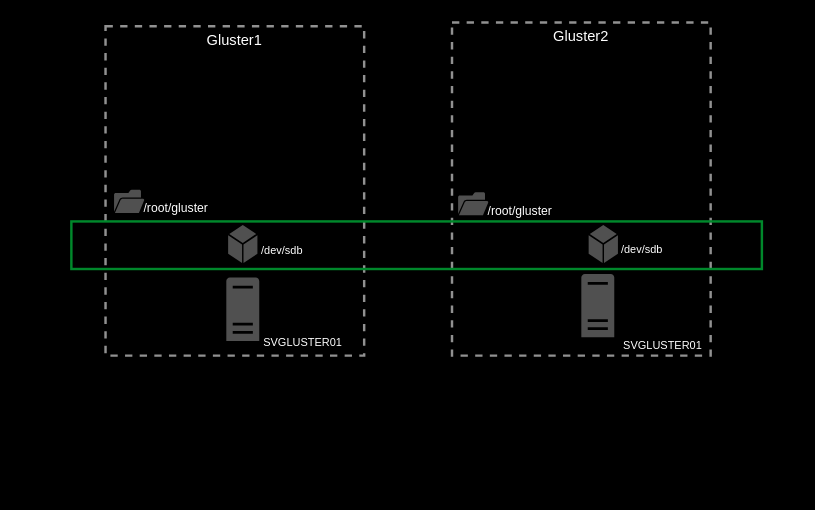
Earlier version of the draw.io diagram GlusterFS/glusterFS.drawio (Josemyr1993/glusterFS). Source tidied: cells renumbered, new cells numbered last; positions are measured from the earlier drawing's top-left corner, leaving out a move shared by most shapes. Both pictures are drawn from the tidied source at 122%, with x=0, y=0 at pixel (71, 22).
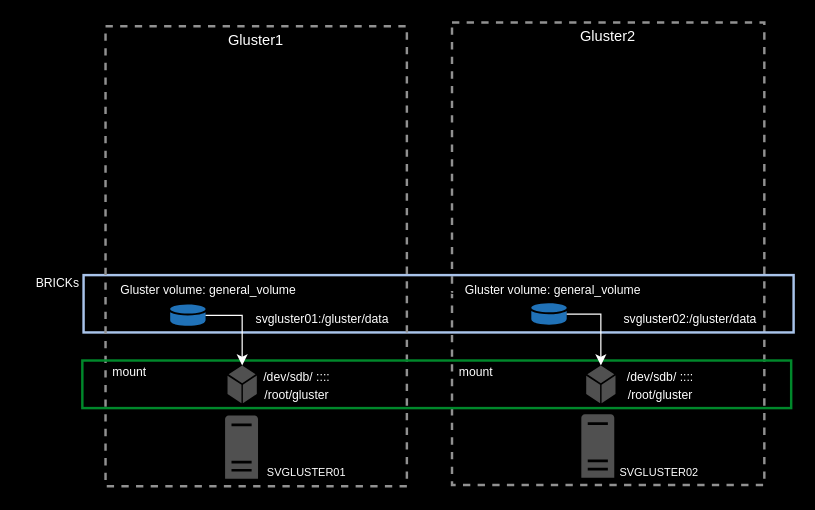
After the change.

Change to the diagram source:
```diff
@@
     <mxCell id="2" value="&lt;font color=&quot;#ffffff&quot;&gt;Gluster2&lt;/font&gt;" style="fontStyle=0;verticalAlign=top;align=center;spacingTop=-2;fillColor=none;rounded=0;whiteSpace=wrap;html=1;strokeColor=#919191;strokeWidth=2;dashed=1;" parent="1" vertex="1">
-      <mxGeometry x="312" width="212" height="273" as="geometry" />
+      <mxGeometry x="312" width="256" height="379" as="geometry" />
     </mxCell>
     <mxCell id="3" style="sketch=0;shadow=0;dashed=0;html=1;strokeColor=none;fillColor=#505050;labelPosition=center;verticalLabelPosition=bottom;verticalAlign=top;align=center;shape=mxgraph.office.servers.server_generic;" parent="2" vertex="1">
-      <mxGeometry x="106" y="206" width="27" height="52" as="geometry" />
+      <mxGeometry x="106" y="321" width="27" height="52" as="geometry" />
     </mxCell>
-    <mxCell id="4" value="&lt;font color=&quot;#ffffff&quot;&gt;&lt;font style=&quot;font-size: 9px;&quot;&gt;SVGLUSTER01&lt;/font&gt;&lt;br&gt;&lt;/font&gt;" style="text;html=1;strokeColor=none;fillColor=none;align=center;verticalAlign=middle;whiteSpace=wrap;rounded=0;" parent="2" vertex="1">
-      <mxGeometry x="143" y="249" width="60" height="30" as="geometry" />
+    <mxCell id="4" value="&lt;font color=&quot;#ffffff&quot;&gt;&lt;font style=&quot;font-size: 9px;&quot;&gt;SVGLUSTER02&lt;/font&gt;&lt;br&gt;&lt;/font&gt;" style="text;html=1;strokeColor=none;fillColor=none;align=center;verticalAlign=middle;whiteSpace=wrap;rounded=0;" parent="2" vertex="1">
+      <mxGeometry x="140" y="353" width="60" height="30" as="geometry" />
     </mxCell>
-    <mxCell id="5" value="&lt;font color=&quot;#ffffff&quot;&gt;&lt;font style=&quot;font-size: 9px;&quot;&gt;/dev/sdb&lt;/font&gt;&lt;br&gt;&lt;/font&gt;" style="text;html=1;strokeColor=none;fillColor=none;align=center;verticalAlign=middle;whiteSpace=wrap;rounded=0;" parent="2" vertex="1">
-      <mxGeometry x="126" y="170" width="60" height="30" as="geometry" />
-    </mxCell>
+    <mxCell id="17" value="Instance Group" style="fontStyle=0;verticalAlign=top;align=center;spacingTop=-2;fillColor=none;rounded=0;whiteSpace=wrap;html=1;strokeColor=#A9C4EB;strokeWidth=2;" parent="2" vertex="1">
+      <mxGeometry x="-302" y="207" width="582" height="47" as="geometry" />
+    </mxCell>
+    <mxCell id="18" value="&lt;font color=&quot;#ffffff&quot;&gt;&lt;font size=&quot;1&quot;&gt;Gluster volume: general_volume&lt;/font&gt;&lt;br&gt;&lt;/font&gt;" style="text;html=1;strokeColor=none;fillColor=none;align=center;verticalAlign=middle;whiteSpace=wrap;rounded=0;" parent="17" vertex="1">
+      <mxGeometry x="305" y="-3" width="160" height="30" as="geometry" />
+    </mxCell>
+    <mxCell id="19" value="&lt;font color=&quot;#ffffff&quot;&gt;&lt;font size=&quot;1&quot;&gt;svgluster02:/gluster/data&lt;/font&gt;&lt;br&gt;&lt;/font&gt;" style="text;html=1;strokeColor=none;fillColor=none;align=center;verticalAlign=middle;whiteSpace=wrap;rounded=0;" parent="17" vertex="1">
+      <mxGeometry x="421" y="21" width="153" height="30" as="geometry" />
+    </mxCell>
+    <mxCell id="20" style="sketch=0;shadow=0;dashed=0;html=1;strokeColor=none;labelPosition=center;verticalLabelPosition=bottom;verticalAlign=top;outlineConnect=0;align=center;shape=mxgraph.office.databases.database_mini_1;fillColor=#2072B8;" parent="17" vertex="1">
+      <mxGeometry x="367" y="23" width="29" height="18" as="geometry" />
+    </mxCell>
     <mxCell id="6" value="&lt;font color=&quot;#ffffff&quot;&gt;Gluster1&lt;/font&gt;" style="fontStyle=0;verticalAlign=top;align=center;spacingTop=-2;fillColor=none;rounded=0;whiteSpace=wrap;html=1;strokeColor=#919191;strokeWidth=2;dashed=1;" parent="1" vertex="1">
-      <mxGeometry x="28" y="3" width="212" height="270" as="geometry" />
+      <mxGeometry x="28" y="3" width="247" height="377" as="geometry" />
     </mxCell>
-    <mxCell id="7" value="&lt;font color=&quot;#ffffff&quot;&gt;&lt;font style=&quot;font-size: 9px;&quot;&gt;/dev/sdb&lt;/font&gt;&lt;br&gt;&lt;/font&gt;" style="text;html=1;strokeColor=none;fillColor=none;align=center;verticalAlign=middle;whiteSpace=wrap;rounded=0;" parent="6" vertex="1">
-      <mxGeometry x="115" y="168" width="60" height="30" as="geometry" />
-    </mxCell>
     <mxCell id="8" value="&lt;font color=&quot;#ffffff&quot;&gt;&lt;font style=&quot;font-size: 9px;&quot;&gt;SVGLUSTER01&lt;/font&gt;&lt;br&gt;&lt;/font&gt;" style="text;html=1;strokeColor=none;fillColor=none;align=center;verticalAlign=middle;whiteSpace=wrap;rounded=0;" parent="6" vertex="1">
-      <mxGeometry x="132" y="244" width="60" height="30" as="geometry" />
+      <mxGeometry x="135" y="350" width="60" height="30" as="geometry" />
     </mxCell>
-    <mxCell id="9" value="&lt;font color=&quot;#ffffff&quot;&gt;&lt;font size=&quot;1&quot;&gt;/root/gluster&lt;/font&gt;&lt;br&gt;&lt;/font&gt;" style="text;html=1;strokeColor=none;fillColor=none;align=center;verticalAlign=middle;whiteSpace=wrap;rounded=0;" parent="6" vertex="1">
-      <mxGeometry x="28" y="134" width="60" height="30" as="geometry" />
-    </mxCell>
-    <mxCell id="10" style="sketch=0;shadow=0;dashed=0;html=1;strokeColor=none;fillColor=#505050;labelPosition=center;verticalLabelPosition=bottom;verticalAlign=top;align=center;shape=mxgraph.office.concepts.folder_open;" parent="6" vertex="1">
-      <mxGeometry x="7" y="134" width="25" height="19" as="geometry" />
-    </mxCell>
-    <mxCell id="11" style="fontStyle=0;verticalAlign=top;align=center;spacingTop=-2;fillColor=none;rounded=0;whiteSpace=wrap;html=1;strokeColor=#00882B;strokeWidth=2;" parent="1" vertex="1">
-      <mxGeometry y="163" width="566" height="39" as="geometry" />
-    </mxCell>
-    <mxCell id="12" style="sketch=0;shadow=0;dashed=0;html=1;strokeColor=none;fillColor=#505050;labelPosition=center;verticalLabelPosition=bottom;verticalAlign=top;align=center;shape=mxgraph.office.concepts.node_generic;" parent="11" vertex="1">
-      <mxGeometry x="128.5" y="3" width="24" height="31" as="geometry" />
-    </mxCell>
-    <mxCell id="13" style="sketch=0;shadow=0;dashed=0;html=1;strokeColor=none;fillColor=#505050;labelPosition=center;verticalLabelPosition=bottom;verticalAlign=top;align=center;shape=mxgraph.office.servers.server_generic;" parent="11" vertex="1">
-      <mxGeometry x="127" y="46" width="27" height="52" as="geometry" />
+    <mxCell id="13" style="sketch=0;shadow=0;dashed=0;html=1;strokeColor=none;fillColor=#505050;labelPosition=center;verticalLabelPosition=bottom;verticalAlign=top;align=center;shape=mxgraph.office.servers.server_generic;" parent="6" vertex="1">
+      <mxGeometry x="98" y="319" width="27" height="52" as="geometry" />
     </mxCell>
-    <mxCell id="14" style="sketch=0;shadow=0;dashed=0;html=1;strokeColor=none;fillColor=#505050;labelPosition=center;verticalLabelPosition=bottom;verticalAlign=top;align=center;shape=mxgraph.office.concepts.node_generic;" parent="11" vertex="1">
-      <mxGeometry x="424" y="3" width="24" height="31" as="geometry" />
-    </mxCell>
-    <mxCell id="15" value="&lt;font color=&quot;#ffffff&quot;&gt;&lt;font size=&quot;1&quot;&gt;/root/gluster&lt;/font&gt;&lt;br&gt;&lt;/font&gt;" style="text;html=1;strokeColor=none;fillColor=none;align=center;verticalAlign=middle;whiteSpace=wrap;rounded=0;" parent="11" vertex="1">
-      <mxGeometry x="338" y="-24" width="60" height="30" as="geometry" />
-    </mxCell>
-    <mxCell id="16" style="sketch=0;shadow=0;dashed=0;html=1;strokeColor=none;fillColor=#505050;labelPosition=center;verticalLabelPosition=bottom;verticalAlign=top;align=center;shape=mxgraph.office.concepts.folder_open;" parent="11" vertex="1">
-      <mxGeometry x="317" y="-24" width="25" height="19" as="geometry" />
-    </mxCell>
+    <mxCell id="21" value="&lt;font color=&quot;#ffffff&quot;&gt;&lt;font size=&quot;1&quot;&gt;Gluster volume: general_volume&lt;/font&gt;&lt;br&gt;&lt;/font&gt;" style="text;html=1;strokeColor=none;fillColor=none;align=center;verticalAlign=middle;whiteSpace=wrap;rounded=0;" parent="6" vertex="1">
+      <mxGeometry x="4" y="201" width="161" height="30" as="geometry" />
+    </mxCell>
+    <mxCell id="22" value="&lt;font color=&quot;#ffffff&quot;&gt;&lt;font size=&quot;1&quot;&gt;svgluster01:/gluster/data&lt;/font&gt;&lt;br&gt;&lt;/font&gt;" style="text;html=1;strokeColor=none;fillColor=none;align=center;verticalAlign=middle;whiteSpace=wrap;rounded=0;" parent="6" vertex="1">
+      <mxGeometry x="106" y="225" width="144" height="30" as="geometry" />
+    </mxCell>
+    <mxCell id="23" style="sketch=0;shadow=0;dashed=0;html=1;strokeColor=none;labelPosition=center;verticalLabelPosition=bottom;verticalAlign=top;outlineConnect=0;align=center;shape=mxgraph.office.databases.database_mini_1;fillColor=#2072B8;" parent="6" vertex="1">
+      <mxGeometry x="53" y="228" width="29" height="18" as="geometry" />
+    </mxCell>
+    <mxCell id="24" style="fontStyle=0;verticalAlign=top;align=center;spacingTop=-2;fillColor=none;rounded=0;whiteSpace=wrap;html=1;strokeColor=#00882B;strokeWidth=2;" parent="1" vertex="1">
+      <mxGeometry x="9" y="277" width="581" height="39" as="geometry" />
+    </mxCell>
+    <mxCell id="25" style="sketch=0;shadow=0;dashed=0;html=1;strokeColor=none;fillColor=#505050;labelPosition=center;verticalLabelPosition=bottom;verticalAlign=top;outlineConnect=0;align=center;shape=mxgraph.office.concepts.node_generic;" parent="24" vertex="1">
+      <mxGeometry x="119" y="4" width="24" height="31" as="geometry" />
+    </mxCell>
+    <mxCell id="26" style="sketch=0;shadow=0;dashed=0;html=1;strokeColor=none;fillColor=#505050;labelPosition=center;verticalLabelPosition=bottom;verticalAlign=top;outlineConnect=0;align=center;shape=mxgraph.office.concepts.node_generic;" parent="24" vertex="1">
+      <mxGeometry x="413" y="4" width="24" height="31" as="geometry" />
+    </mxCell>
+    <mxCell id="27" value="&lt;font color=&quot;#ffffff&quot;&gt;&lt;font size=&quot;1&quot;&gt;mount&lt;/font&gt;&lt;br&gt;&lt;/font&gt;" style="text;html=1;strokeColor=none;fillColor=none;align=center;verticalAlign=middle;whiteSpace=wrap;rounded=0;" parent="24" vertex="1">
+      <mxGeometry x="293" y="-6" width="60" height="30" as="geometry" />
+    </mxCell>
+    <mxCell id="28" value="&lt;font color=&quot;#ffffff&quot;&gt;&lt;font size=&quot;1&quot;&gt;mount&lt;/font&gt;&lt;br&gt;&lt;/font&gt;" style="text;html=1;strokeColor=none;fillColor=none;align=center;verticalAlign=middle;whiteSpace=wrap;rounded=0;" parent="24" vertex="1">
+      <mxGeometry x="9" y="-6" width="60" height="30" as="geometry" />
+    </mxCell>
+    <mxCell id="29" value="&lt;font color=&quot;#ffffff&quot;&gt;&lt;font size=&quot;1&quot;&gt;/dev/sdb/ :::: /root/gluster&lt;/font&gt;&lt;br&gt;&lt;/font&gt;" style="text;html=1;strokeColor=none;fillColor=none;align=center;verticalAlign=middle;whiteSpace=wrap;rounded=0;" parent="24" vertex="1">
+      <mxGeometry x="146" y="5" width="60" height="30" as="geometry" />
+    </mxCell>
+    <mxCell id="30" value="&lt;font color=&quot;#ffffff&quot;&gt;&lt;font size=&quot;1&quot;&gt;/dev/sdb/ :::: /root/gluster&lt;/font&gt;&lt;br&gt;&lt;/font&gt;" style="text;html=1;strokeColor=none;fillColor=none;align=center;verticalAlign=middle;whiteSpace=wrap;rounded=0;" parent="24" vertex="1">
+      <mxGeometry x="444" y="4.5" width="60" height="30" as="geometry" />
+    </mxCell>
+    <mxCell id="31" value="&lt;font color=&quot;#ffffff&quot;&gt;&lt;font size=&quot;1&quot;&gt;BRICKs&lt;/font&gt;&lt;br&gt;&lt;/font&gt;" style="text;html=1;strokeColor=none;fillColor=none;align=center;verticalAlign=middle;whiteSpace=wrap;rounded=0;" parent="1" vertex="1">
+      <mxGeometry x="-41" y="198" width="60" height="30" as="geometry" />
+    </mxCell>
+    <mxCell id="32" style="edgeStyle=orthogonalEdgeStyle;rounded=0;jettySize=auto;html=1;strokeColor=#FFFFFF;" parent="1" edge="1" source="23" target="25">
+      <mxGeometry relative="1" as="geometry" />
+    </mxCell>
+    <mxCell id="33" style="edgeStyle=orthogonalEdgeStyle;rounded=0;jettySize=auto;html=1;strokeColor=#FFFFFF;" parent="1" edge="1" source="20" target="26">
+      <mxGeometry relative="1" as="geometry" />
+    </mxCell>
```
